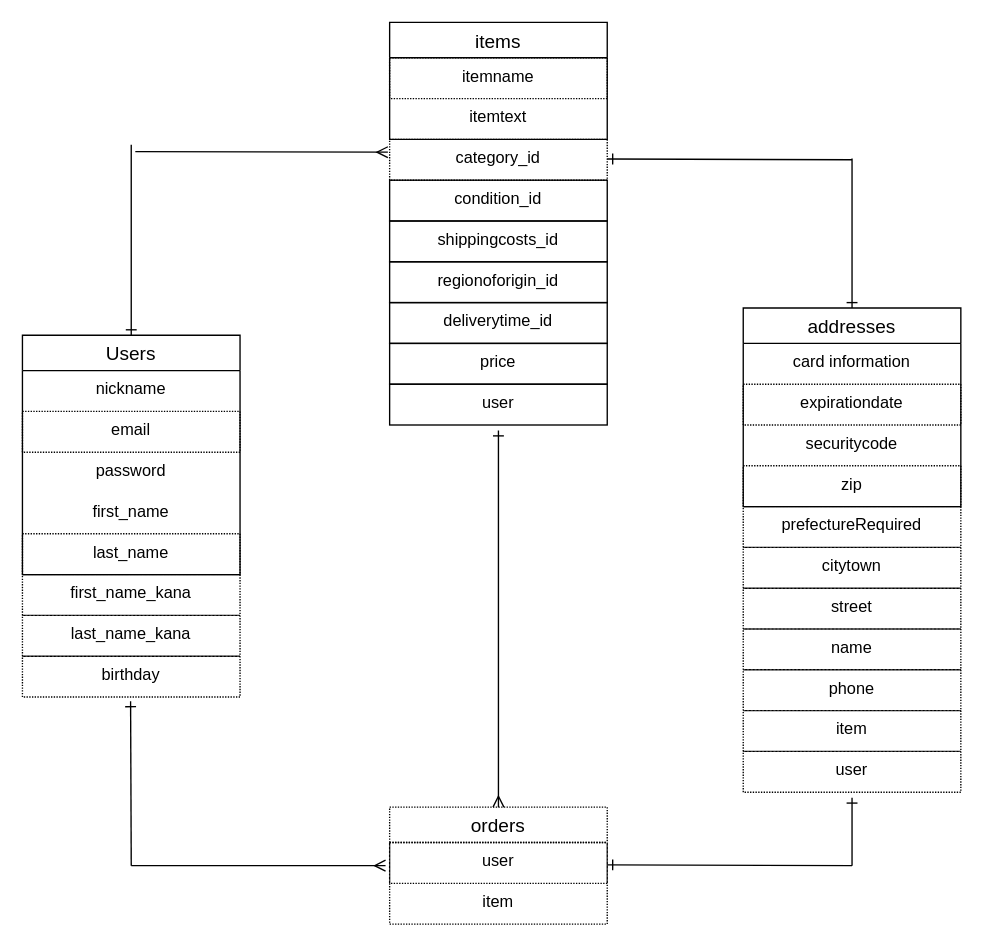
henataso/furima-41635 keeps this draw.io diagram as er.dio. Above is the earlier version. Source tidied: cells renumbered, new cells numbered last; positions are measured from the earlier drawing's top-left corner, leaving out a move shared by most shapes. Both pictures are drawn from the tidied source at 136%, with x=0, y=0 at pixel (22, 22).
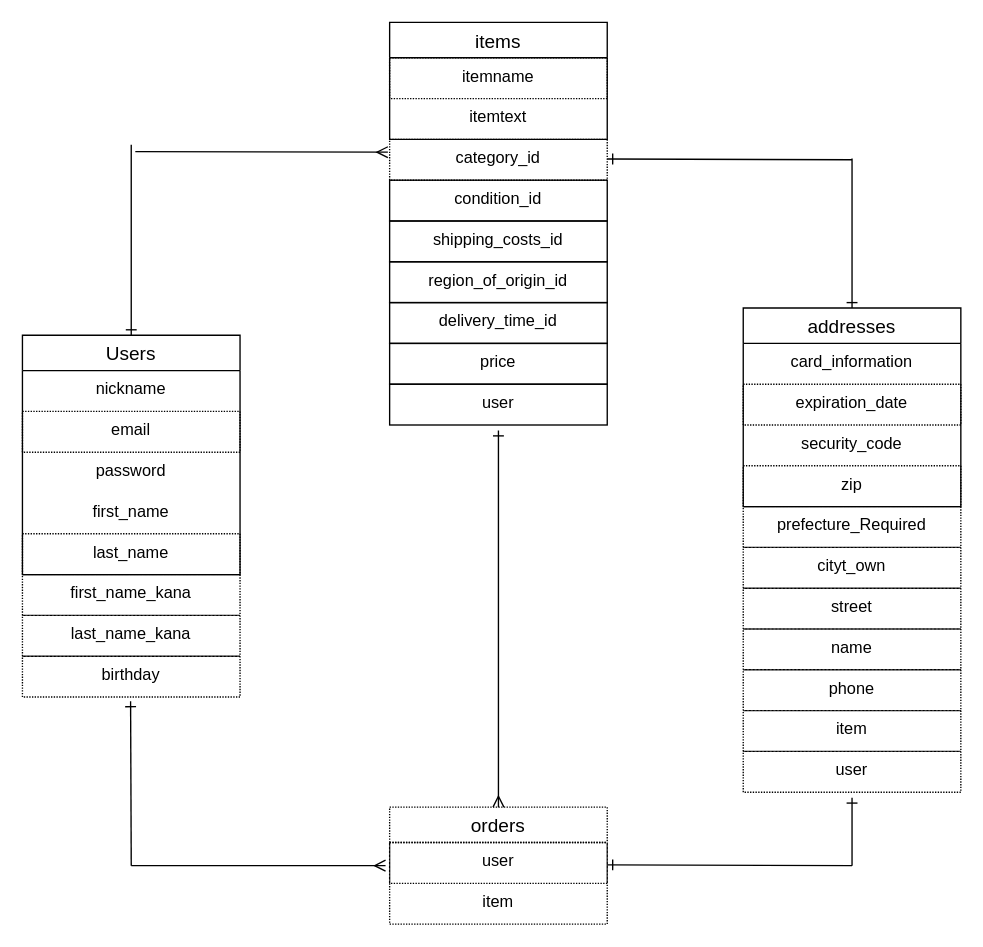
The same diagram, later.

Commit message (it also covers changes not shown here):
データベース設計修正３

Unchanged cells that the change refers to:
```xml
<mxCell id="5" value="addresses" style="swimlane;fontStyle=0;horizontal=1;startSize=26;align=center;fontSize=14;" parent="1" vertex="1">
  <mxGeometry x="530" y="210" width="160" height="146" as="geometry" />
</mxCell>
```

The edit, as a diff of the source:
```diff
@@
-    <mxCell id="6" value="card information" style="text;strokeColor=none;fillColor=none;spacingLeft=4;spacingRight=4;overflow=hidden;fontSize=12;align=center;" parent="5" vertex="1">
+    <mxCell id="6" value="card_information" style="text;strokeColor=none;fillColor=none;spacingLeft=4;spacingRight=4;overflow=hidden;fontSize=12;align=center;" parent="5" vertex="1">
       <mxGeometry y="26" width="160" height="30" as="geometry" />
     </mxCell>
-    <mxCell id="7" value="expirationdate" style="text;strokeColor=default;fillColor=none;spacingLeft=4;spacingRight=4;overflow=hidden;fontSize=12;align=center;dashed=1;dashPattern=1 1;" parent="5" vertex="1">
+    <mxCell id="7" value="expiration_date" style="text;strokeColor=default;fillColor=none;spacingLeft=4;spacingRight=4;overflow=hidden;fontSize=12;align=center;dashed=1;dashPattern=1 1;" parent="5" vertex="1">
       <mxGeometry y="56" width="160" height="30" as="geometry" />
     </mxCell>
-    <mxCell id="8" value="securitycode" style="text;strokeColor=none;fillColor=none;spacingLeft=4;spacingRight=4;overflow=hidden;fontSize=12;align=center;" parent="5" vertex="1">
+    <mxCell id="8" value="security_code" style="text;strokeColor=none;fillColor=none;spacingLeft=4;spacingRight=4;overflow=hidden;fontSize=12;align=center;" parent="5" vertex="1">
       <mxGeometry y="86" width="160" height="30" as="geometry" />
     </mxCell>
@@
-    <mxCell id="24" value="shippingcosts_id" style="text;strokeColor=default;fillColor=none;spacingLeft=4;spacingRight=4;overflow=hidden;fontSize=12;align=center;" parent="1" vertex="1">
+    <mxCell id="24" value="shipping_costs_id" style="text;strokeColor=default;fillColor=none;spacingLeft=4;spacingRight=4;overflow=hidden;fontSize=12;align=center;" parent="1" vertex="1">
       <mxGeometry x="270" y="146" width="160" height="30" as="geometry" />
     </mxCell>
-    <mxCell id="25" value="regionoforigin_id" style="text;strokeColor=default;fillColor=none;spacingLeft=4;spacingRight=4;overflow=hidden;fontSize=12;align=center;" parent="1" vertex="1">
+    <mxCell id="25" value="region_of_origin_id" style="text;strokeColor=default;fillColor=none;spacingLeft=4;spacingRight=4;overflow=hidden;fontSize=12;align=center;" parent="1" vertex="1">
       <mxGeometry x="270" y="176" width="160" height="30" as="geometry" />
     </mxCell>
-    <mxCell id="26" value="deliverytime_id" style="text;strokeColor=default;fillColor=none;spacingLeft=4;spacingRight=4;overflow=hidden;fontSize=12;align=center;" parent="1" vertex="1">
+    <mxCell id="26" value="delivery_time_id" style="text;strokeColor=default;fillColor=none;spacingLeft=4;spacingRight=4;overflow=hidden;fontSize=12;align=center;" parent="1" vertex="1">
       <mxGeometry x="270" y="206" width="160" height="30" as="geometry" />
     </mxCell>
@@
-    <mxCell id="29" value="prefectureRequired" style="text;strokeColor=default;fillColor=none;spacingLeft=4;spacingRight=4;overflow=hidden;fontSize=12;align=center;dashed=1;dashPattern=1 1;" parent="1" vertex="1">
+    <mxCell id="29" value="prefecture_Required" style="text;strokeColor=default;fillColor=none;spacingLeft=4;spacingRight=4;overflow=hidden;fontSize=12;align=center;dashed=1;dashPattern=1 1;" parent="1" vertex="1">
       <mxGeometry x="530" y="356" width="160" height="30" as="geometry" />
     </mxCell>
-    <mxCell id="30" value="citytown" style="text;strokeColor=default;fillColor=none;spacingLeft=4;spacingRight=4;overflow=hidden;fontSize=12;align=center;dashed=1;dashPattern=1 1;" parent="1" vertex="1">
+    <mxCell id="30" value="cityt_own" style="text;strokeColor=default;fillColor=none;spacingLeft=4;spacingRight=4;overflow=hidden;fontSize=12;align=center;dashed=1;dashPattern=1 1;" parent="1" vertex="1">
       <mxGeometry x="530" y="386" width="160" height="30" as="geometry" />
     </mxCell>
```
